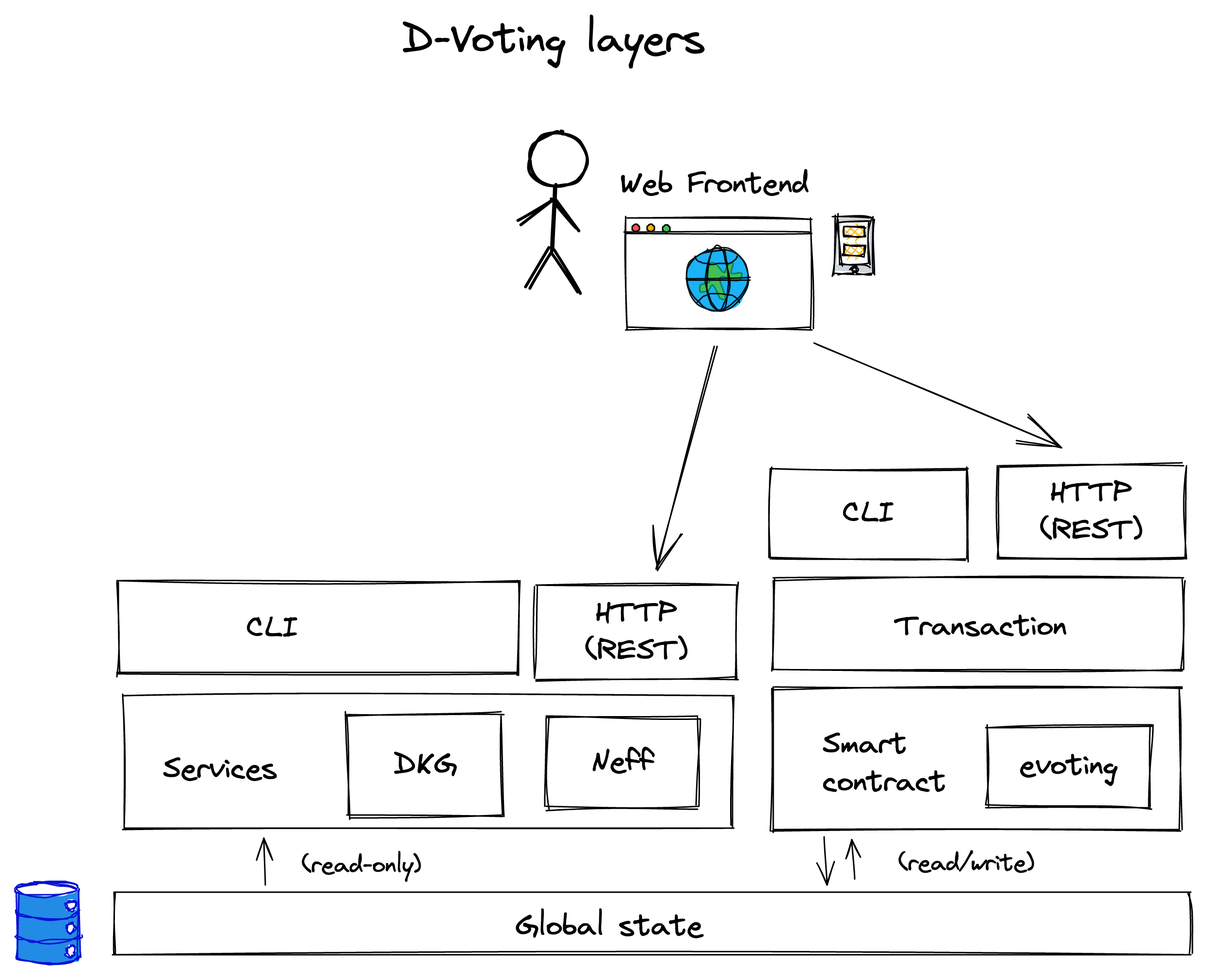
The Excalidraw diagram docs/assets/layers.png in dedis/d-voting, before a commit. Source tidied: one line per element, renumbered; positions are measured from the earlier drawing's top-left corner, leaving out a move shared by most shapes.
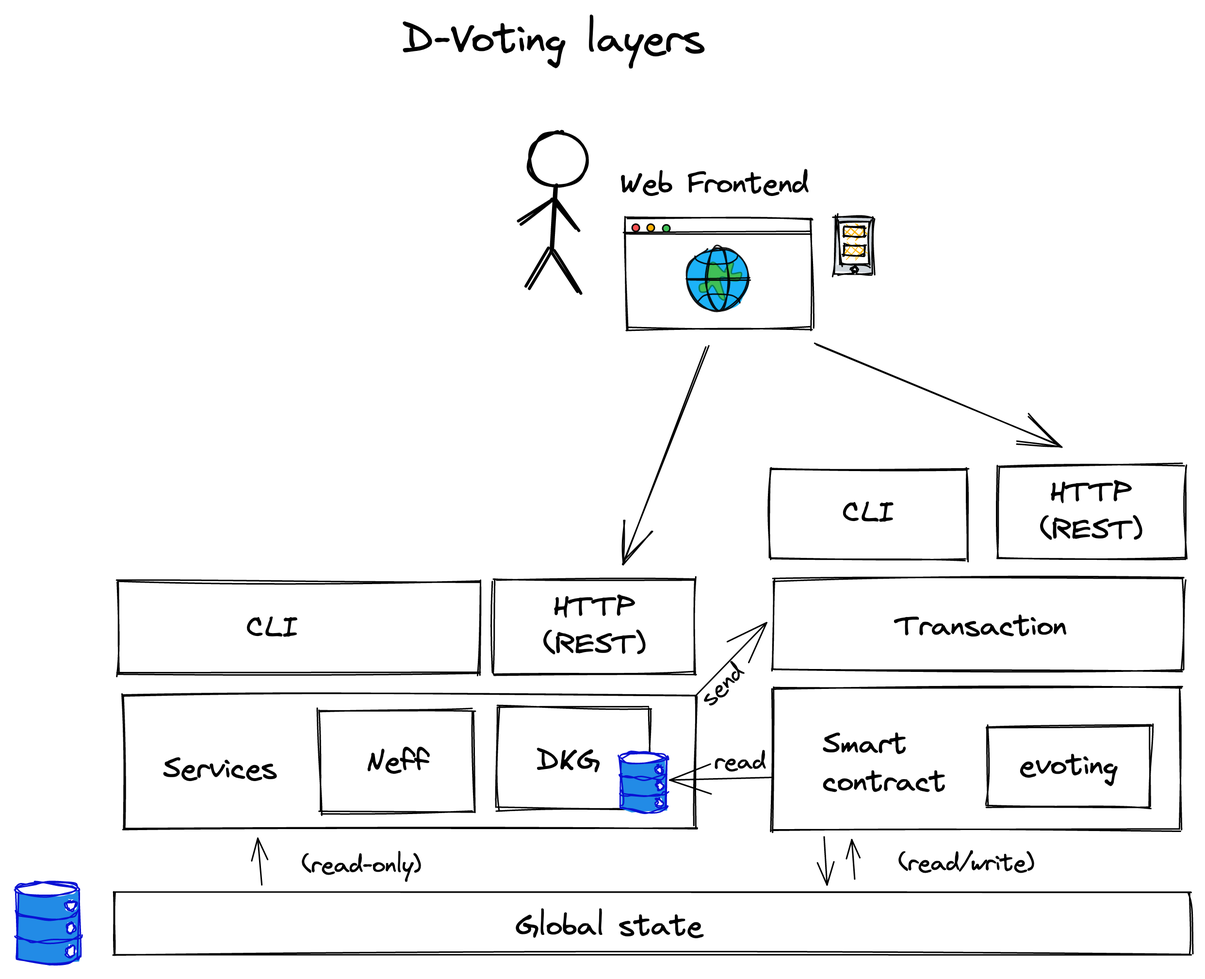
After the change.

Commit message:
Updates the layer diagram

Change to the diagram source:
```diff
@@ -1,17 +1,17 @@
-{"id": 0, "type": "rectangle", "strokeColor": "#000000", "strokeWidth": 1, "roughness": 1, "x": 75, "y": 468, "width": 419, "height": 91}
+{"id": 0, "type": "rectangle", "strokeColor": "#000000", "strokeWidth": 1, "roughness": 1, "x": 75, "y": 468, "width": 393, "height": 91}
 {"id": 1, "type": "text", "text": "Services", "strokeColor": "#000000", "strokeWidth": 1, "roughness": 1, "fontSize": 20, "fontFamily": 1, "textAlign": "center", "verticalAlign": "middle", "x": 102, "y": 506, "width": 78, "height": 26}
-{"id": 2, "type": "rectangle", "strokeColor": "#000000", "strokeWidth": 1, "roughness": 1, "x": 229, "y": 481, "width": 106, "height": 70}
+{"id": 2, "type": "rectangle", "strokeColor": "#000000", "strokeWidth": 1, "roughness": 1, "x": 210, "y": 478, "width": 106, "height": 70}
-{"id": 3, "type": "text", "text": "DKG", "strokeColor": "#000000", "strokeWidth": 1, "roughness": 1, "fontSize": 20, "fontFamily": 1, "textAlign": "center", "verticalAlign": "middle", "x": 260, "y": 503, "width": 44, "height": 26}
+{"id": 3, "type": "text", "text": "DKG", "strokeColor": "#000000", "strokeWidth": 1, "roughness": 1, "fontSize": 20, "fontFamily": 1, "textAlign": "center", "verticalAlign": "middle", "x": 358, "y": 500, "width": 44, "height": 26}
-{"id": 4, "type": "rectangle", "strokeColor": "#000000", "strokeWidth": 1, "roughness": 1, "x": 365, "y": 483, "width": 105, "height": 62}
+{"id": 4, "type": "rectangle", "strokeColor": "#000000", "strokeWidth": 1, "roughness": 1, "x": 331, "y": 476, "width": 105, "height": 69}
-{"id": 5, "type": "text", "text": "Neff", "strokeColor": "#000000", "strokeWidth": 1, "roughness": 1, "fontSize": 20, "fontFamily": 1, "textAlign": "center", "verticalAlign": "middle", "x": 396, "y": 501, "width": 43, "height": 26}
+{"id": 5, "type": "text", "text": "Neff", "strokeColor": "#000000", "strokeWidth": 1, "roughness": 1, "fontSize": 20, "fontFamily": 1, "textAlign": "center", "verticalAlign": "middle", "x": 241, "y": 501, "width": 43, "height": 26}
 {"id": 6, "type": "rectangle", "strokeColor": "#000000", "strokeWidth": 1, "roughness": 1, "x": 521, "y": 463, "width": 280, "height": 98}
 {"id": 7, "type": "text", "text": "Smart\ncontract", "strokeColor": "#000000", "strokeWidth": 1, "roughness": 1, "fontSize": 20, "fontFamily": 1, "x": 555, "y": 489, "width": 85, "height": 52}
 {"id": 8, "type": "rectangle", "strokeColor": "#000000", "strokeWidth": 1, "roughness": 1, "x": 668, "y": 489, "width": 112, "height": 55}
 {"id": 9, "type": "text", "text": "evoting", "strokeColor": "#000000", "strokeWidth": 1, "roughness": 1, "fontSize": 20, "fontFamily": 1, "textAlign": "center", "verticalAlign": "middle", "x": 690, "y": 504, "width": 68, "height": 26}
-{"id": 10, "type": "rectangle", "strokeColor": "#000000", "strokeWidth": 1, "roughness": 1, "x": 71, "y": 390, "width": 275, "height": 63}
+{"id": 10, "type": "rectangle", "strokeColor": "#000000", "strokeWidth": 1, "roughness": 1, "x": 71, "y": 390, "width": 248, "height": 63}
 {"id": 11, "type": "text", "text": "CLI", "strokeColor": "#000000", "strokeWidth": 1, "roughness": 1, "fontSize": 20, "fontFamily": 1, "x": 159, "y": 409, "width": 36, "height": 26}
-{"id": 12, "type": "rectangle", "strokeColor": "#000000", "strokeWidth": 1, "roughness": 1, "x": 358, "y": 392, "width": 138, "height": 65}
+{"id": 12, "type": "rectangle", "strokeColor": "#000000", "strokeWidth": 1, "roughness": 1, "x": 329, "y": 388, "width": 138, "height": 65}
-{"id": 13, "type": "text", "text": "HTTP\n(REST)", "strokeColor": "#000000", "strokeWidth": 1, "roughness": 1, "fontSize": 20, "fontFamily": 1, "textAlign": "center", "verticalAlign": "middle", "x": 392, "y": 398, "width": 70, "height": 52}
+{"id": 13, "type": "text", "text": "HTTP\n(REST)", "strokeColor": "#000000", "strokeWidth": 1, "roughness": 1, "fontSize": 20, "fontFamily": 1, "textAlign": "center", "verticalAlign": "middle", "x": 363, "y": 395, "width": 70, "height": 52}
 {"id": 14, "type": "rectangle", "strokeColor": "#000000", "strokeWidth": 1, "roughness": 1, "x": 521, "y": 388, "width": 282, "height": 62}
 {"id": 15, "type": "text", "text": "Transaction", "strokeColor": "#000000", "strokeWidth": 1, "roughness": 1, "fontSize": 20, "fontFamily": 1, "x": 605, "y": 408, "width": 118, "height": 26}
 {"id": 16, "type": "rectangle", "strokeColor": "#000000", "strokeWidth": 1, "roughness": 1, "x": 519, "y": 312, "width": 135, "height": 62}
@@ -31,7 +31,7 @@
 {"id": 30, "type": "line", "strokeColor": "#000000", "backgroundColor": "#99bcff", "fillStyle": "solid", "strokeWidth": 1, "roughness": 0, "opacity": 90, "x": 469, "y": 198, "width": 29, "height": 6, "points": [[0, 0], [4, -4], [9, -6], [15, -6], [24, -5], [28, -2], [29, 0]]}
 {"id": 31, "type": "text", "text": "Web Frontend", "strokeColor": "#000000", "strokeWidth": 1, "roughness": 1, "fontSize": 20, "fontFamily": 1, "x": 416, "y": 104, "width": 129, "height": 26}
 {"id": 32, "type": "arrow", "strokeColor": "#000000", "strokeWidth": 1, "roughness": 1, "endArrowhead": "arrow", "from": 20, "to": 18, "x": 550, "y": 227, "width": 167, "height": 69, "points": [[0, 0], [167, 69]]}
-{"id": 33, "type": "arrow", "strokeColor": "#000000", "strokeWidth": 1, "roughness": 1, "endArrowhead": "arrow", "from": 20, "to": 12, "x": 481, "y": 228, "width": 39, "height": 152, "points": [[0, 0], [-39, 152]]}
+{"id": 33, "type": "arrow", "strokeColor": "#000000", "strokeWidth": 1, "roughness": 1, "endArrowhead": "arrow", "from": 20, "to": 12, "x": 475, "y": 228, "width": 56, "height": 148, "points": [[0, 0], [-56, 148]]}
 {"id": 34, "type": "line", "strokeColor": "#0a11d3", "backgroundColor": "#228be6", "fillStyle": "solid", "strokeWidth": 1, "roughness": 1, "x": 1, "y": 601, "width": 43, "height": 56, "points": [[0, 0], [0, 42], [0, 47], [2, 49], [10, 51], [23, 52], [36, 51], [42, 49], [43, 47], [43, 43], [43, 4], [43, 0], [40, -2], [34, -3], [21, -4], [10, -4], [2, -2], [0, 0], [0, 0]]}
 {"id": 35, "type": "line", "strokeColor": "#0a11d3", "strokeWidth": 1, "roughness": 1, "x": 1, "y": 632, "width": 43, "height": 5, "points": [[0, 0], [1, 2], [6, 4], [13, 5], [23, 5], [35, 4], [42, 2], [43, 0]]}
 {"id": 36, "type": "line", "strokeColor": "#0a11d3", "strokeWidth": 1, "roughness": 1, "x": 1, "y": 616, "width": 43, "height": 5, "points": [[0, 0], [1, 2], [6, 4], [13, 5], [23, 5], [35, 4], [42, 2], [43, 0]]}
@@ -55,6 +55,17 @@
 {"id": 54, "type": "text", "text": "D-Voting layers", "strokeColor": "#000000", "strokeWidth": 1, "roughness": 1, "fontSize": 28, "fontFamily": 1, "x": 266, "y": 0, "width": 208, "height": 36}
 {"id": 55, "type": "text", "text": "(read/write)", "strokeColor": "#000000", "strokeWidth": 1, "strokeStyle": "dotted", "roughness": 1, "fontSize": 16, "fontFamily": 1, "x": 607, "y": 572, "width": 93, "height": 21}
 {"id": 56, "type": "text", "text": "(read-only)", "strokeColor": "#000000", "strokeWidth": 1, "strokeStyle": "dotted", "roughness": 1, "fontSize": 16, "fontFamily": 1, "x": 197, "y": 574, "width": 82, "height": 21}
-{"id": 57, "type": "arrow", "strokeColor": "#000000", "strokeWidth": 1, "roughness": 0, "endArrowhead": "arrow", "from": 41, "to": 0, "x": 172, "y": 598, "width": 1, "height": 32, "points": [[0, 0], [-1, -32]]}
+{"id": 57, "type": "arrow", "strokeColor": "#000000", "strokeWidth": 1, "roughness": 0, "endArrowhead": "arrow", "from": 41, "to": 0, "x": 170, "y": 598, "width": 3, "height": 32, "points": [[0, 0], [-3, -32]]}
 {"id": 58, "type": "arrow", "strokeColor": "#000000", "strokeWidth": 1, "roughness": 0, "endArrowhead": "arrow", "from": 6, "to": 41, "x": 556, "y": 565, "width": 2, "height": 33, "points": [[0, 0], [2, 33]]}
 {"id": 59, "type": "arrow", "strokeColor": "#000000", "strokeWidth": 1, "roughness": 0, "endArrowhead": "arrow", "from": 41, "to": 6, "x": 577, "y": 594, "width": 2, "height": 27, "points": [[0, 0], [-2, -27]]}
+{"id": 60, "type": "arrow", "strokeColor": "#000000", "strokeWidth": 1, "roughness": 0, "endArrowhead": "arrow", "from": 70, "to": 14, "x": 468, "y": 468, "width": 49, "height": 51, "points": [[0, 0], [49, -51]]}
+{"id": 61, "type": "arrow", "strokeColor": "#000000", "strokeWidth": 1, "roughness": 0, "endArrowhead": "arrow", "from": 6, "to": 67, "x": 520, "y": 524, "width": 70, "height": 2, "points": [[0, 0], [-70, 2]]}
+{"id": 62, "type": "line", "strokeColor": "#0a11d3", "backgroundColor": "#228be6", "fillStyle": "solid", "strokeWidth": 1, "roughness": 1, "x": 416, "y": 512, "width": 31, "height": 40, "points": [[0, -1], [0, 29], [0, 33], [2, 34], [7, 36], [17, 36], [26, 35], [31, 34], [31, 33], [31, 30], [31, 1], [31, -1], [29, -3], [25, -4], [15, -4], [7, -4], [1, -3], [0, -1], [0, -1]]}
+{"id": 63, "type": "line", "strokeColor": "#0a11d3", "strokeWidth": 1, "roughness": 1, "x": 416, "y": 534, "width": 31, "height": 3, "points": [[0, 0], [1, 1], [4, 2], [9, 3], [17, 3], [25, 3], [30, 1], [31, 0]]}
+{"id": 64, "type": "line", "strokeColor": "#0a11d3", "strokeWidth": 1, "roughness": 1, "x": 416, "y": 522, "width": 31, "height": 3, "points": [[0, 0], [1, 1], [4, 2], [9, 3], [17, 3], [25, 3], [30, 1], [31, 0]]}
+{"id": 65, "type": "ellipse", "strokeColor": "#0a11d3", "backgroundColor": "#fff", "fillStyle": "solid", "strokeWidth": 1, "roughness": 1, "x": 415, "y": 508, "width": 31, "height": 6}
+{"id": 66, "type": "ellipse", "strokeColor": "#0a11d3", "backgroundColor": "#fff", "fillStyle": "solid", "strokeWidth": 1, "roughness": 1, "x": 441, "y": 517, "width": 5, "height": 5}
+{"id": 67, "type": "ellipse", "strokeColor": "#0a11d3", "backgroundColor": "#fff", "fillStyle": "solid", "strokeWidth": 1, "roughness": 1, "x": 441, "y": 527, "width": 5, "height": 5}
+{"id": 68, "type": "ellipse", "strokeColor": "#0a11d3", "backgroundColor": "#fff", "fillStyle": "solid", "strokeWidth": 1, "roughness": 1, "x": 441, "y": 539, "width": 5, "height": 5}
+{"id": 69, "type": "text", "text": "read", "strokeColor": "#000000", "strokeWidth": 1, "strokeStyle": "dotted", "roughness": 1, "fontSize": 16, "fontFamily": 1, "x": 481, "y": 503, "width": 35, "height": 21}
+{"id": 70, "type": "text", "text": "send", "strokeColor": "#000000", "angle": 5.52, "strokeWidth": 1, "strokeStyle": "dotted", "roughness": 1, "fontSize": 16, "fontFamily": 1, "x": 469, "y": 450, "width": 34, "height": 21}
```
